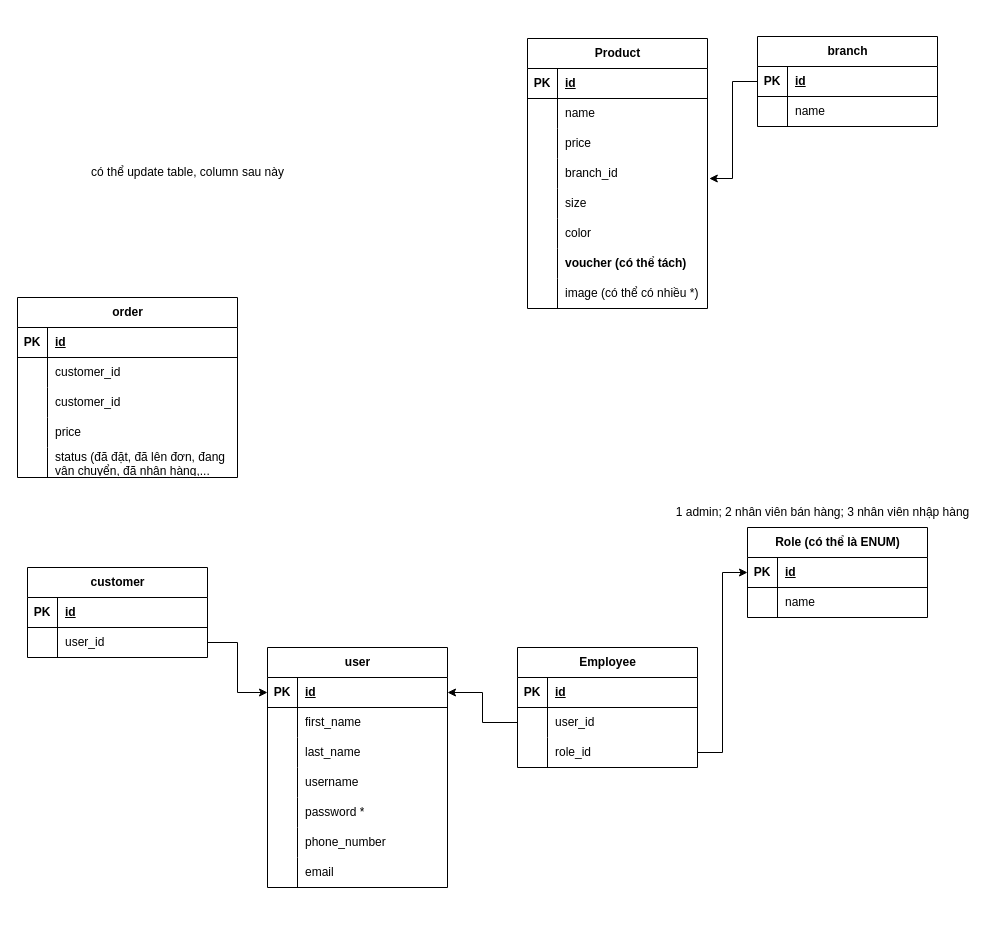
Before: database.drawio in MingChenCodeLab/diagram, a draw.io diagram. Source tidied: cells renumbered, new cells numbered last; positions are measured from the earlier drawing's top-left corner, leaving out a move shared by most shapes. Both pictures are drawn from the tidied source at 100%, with x=0, y=0 at pixel (17, 36).
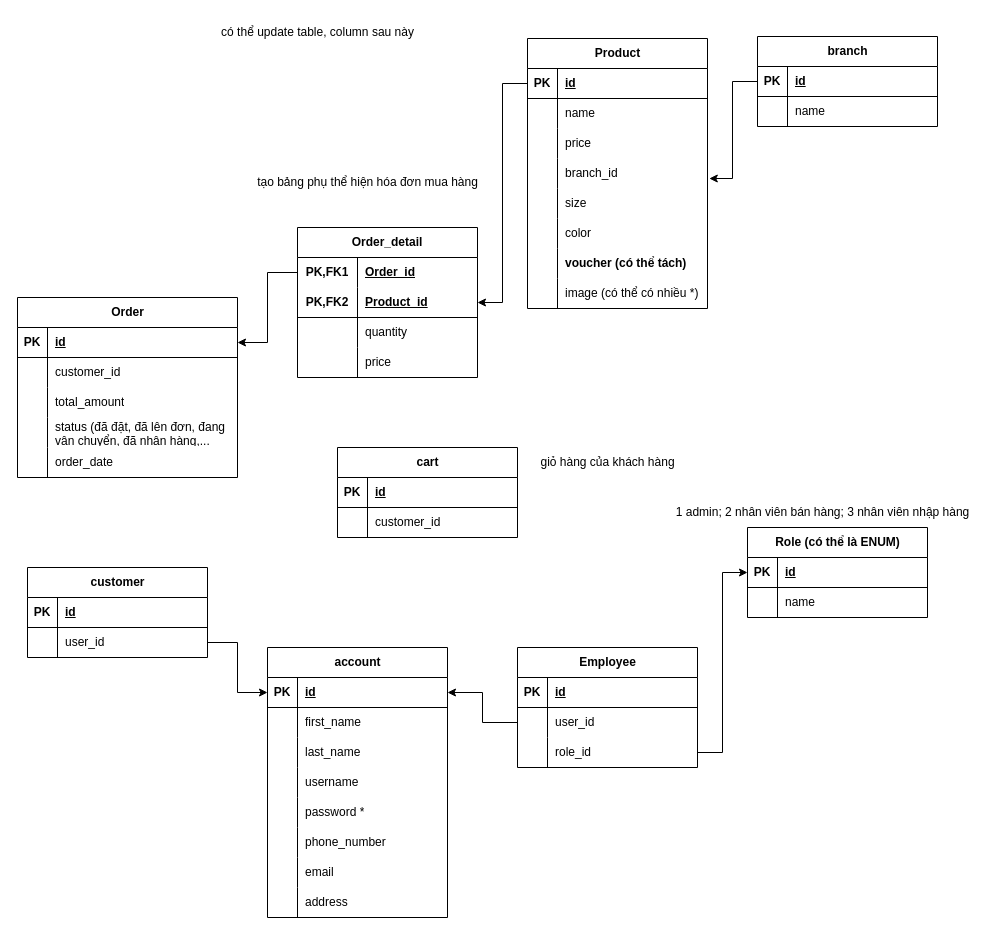
Above is the later version.

The change refers to these unchanged cells:
```xml
<mxCell id="3" style="shape=tableRow;horizontal=0;startSize=0;swimlaneHead=0;swimlaneBody=0;fillColor=none;points=[[0,0.5],[1,0.5]];portConstraint=eastwest;top=0;left=0;right=0;bottom=1;" parent="2" vertex="1">
  <mxGeometry y="30" width="180" height="30" as="geometry" />
</mxCell>
<mxCell id="87" style="shape=tableRow;horizontal=0;startSize=0;swimlaneHead=0;swimlaneBody=0;fillColor=none;points=[[0,0.5],[1,0.5]];portConstraint=eastwest;top=0;left=0;right=0;bottom=1;" parent="86" vertex="1">
  <mxGeometry y="30" width="220" height="30" as="geometry" />
</mxCell>
```

The edit, as a diff of the source:
```diff
@@
     <mxCell id="42" value="có thể update table, column sau này" style="text;html=1;align=center;verticalAlign=middle;strokeColor=none;fillColor=none;" parent="1" vertex="1">
-      <mxGeometry x="60" y="121" width="220" height="30" as="geometry" />
+      <mxGeometry x="190" y="-19" width="220" height="30" as="geometry" />
     </mxCell>
@@
-    <mxCell id="61" value="user" style="shape=table;startSize=30;childLayout=tableLayout;rowLines=0;fontStyle=1;align=center;html=1;" parent="1" vertex="1">
-      <mxGeometry x="250" y="611" width="180" height="240" as="geometry" />
+    <mxCell id="61" value="account" style="shape=table;startSize=30;childLayout=tableLayout;rowLines=0;fontStyle=1;align=center;html=1;" parent="1" vertex="1">
+      <mxGeometry x="250" y="611" width="180" height="270" as="geometry" />
     </mxCell>
@@
+    <mxCell id="102" style="shape=tableRow;horizontal=0;startSize=0;swimlaneHead=0;swimlaneBody=0;fillColor=none;top=0;left=0;right=0;bottom=0;" parent="61" vertex="1">
+      <mxGeometry y="240" width="180" height="30" as="geometry" />
+    </mxCell>
+    <mxCell id="103" style="shape=partialRectangle;fillColor=none;top=0;left=0;bottom=0;right=0;overflow=hidden;whiteSpace=wrap;html=1;" parent="102" vertex="1">
+      <mxGeometry width="30" height="30" as="geometry" />
+    </mxCell>
+    <mxCell id="104" value="address" style="shape=partialRectangle;fillColor=none;top=0;left=0;bottom=0;right=0;align=left;spacingLeft=6;overflow=hidden;whiteSpace=wrap;html=1;" parent="102" vertex="1">
+      <mxGeometry x="30" width="150" height="30" as="geometry" />
+    </mxCell>
@@
-    <mxCell id="86" value="order" style="shape=table;startSize=30;childLayout=tableLayout;rowLines=0;fontStyle=1;align=center;html=1;" parent="1" vertex="1">
+    <mxCell id="86" value="Order" style="shape=table;startSize=30;childLayout=tableLayout;rowLines=0;fontStyle=1;align=center;html=1;" parent="1" vertex="1">
       <mxGeometry y="261" width="220" height="180" as="geometry" />
     </mxCell>
@@
-    <mxCell id="93" style="shape=tableRow;horizontal=0;startSize=0;swimlaneHead=0;swimlaneBody=0;fillColor=none;top=0;left=0;right=0;bottom=0;" parent="86" vertex="1">
-      <mxGeometry y="90" width="220" height="30" as="geometry" />
-    </mxCell>
-    <mxCell id="94" style="shape=partialRectangle;fillColor=none;top=0;left=0;bottom=0;right=0;overflow=hidden;whiteSpace=wrap;html=1;" parent="93" vertex="1">
-      <mxGeometry width="30" height="30" as="geometry" />
-    </mxCell>
-    <mxCell id="95" value="customer_id" style="shape=partialRectangle;fillColor=none;top=0;left=0;bottom=0;right=0;align=left;spacingLeft=6;overflow=hidden;whiteSpace=wrap;html=1;" parent="93" vertex="1">
-      <mxGeometry x="30" width="190" height="30" as="geometry" />
-    </mxCell>
     <mxCell id="96" style="shape=tableRow;horizontal=0;startSize=0;swimlaneHead=0;swimlaneBody=0;fillColor=none;top=0;left=0;right=0;bottom=0;" parent="86" vertex="1">
-      <mxGeometry y="120" width="220" height="30" as="geometry" />
+      <mxGeometry y="90" width="220" height="30" as="geometry" />
     </mxCell>
@@
-    <mxCell id="98" value="price" style="shape=partialRectangle;fillColor=none;top=0;left=0;bottom=0;right=0;align=left;spacingLeft=6;overflow=hidden;whiteSpace=wrap;html=1;" parent="96" vertex="1">
+    <mxCell id="98" value="total_amount" style="shape=partialRectangle;fillColor=none;top=0;left=0;bottom=0;right=0;align=left;spacingLeft=6;overflow=hidden;whiteSpace=wrap;html=1;" parent="96" vertex="1">
       <mxGeometry x="30" width="190" height="30" as="geometry" />
     </mxCell>
     <mxCell id="99" style="shape=tableRow;horizontal=0;startSize=0;swimlaneHead=0;swimlaneBody=0;fillColor=none;top=0;left=0;right=0;bottom=0;" parent="86" vertex="1">
-      <mxGeometry y="150" width="220" height="30" as="geometry" />
+      <mxGeometry y="120" width="220" height="30" as="geometry" />
     </mxCell>
@@
+    <mxCell id="105" style="shape=tableRow;horizontal=0;startSize=0;swimlaneHead=0;swimlaneBody=0;fillColor=none;top=0;left=0;right=0;bottom=0;" parent="86" vertex="1">
+      <mxGeometry y="150" width="220" height="30" as="geometry" />
+    </mxCell>
+    <mxCell id="106" style="shape=partialRectangle;fillColor=none;top=0;left=0;bottom=0;right=0;overflow=hidden;whiteSpace=wrap;html=1;" parent="105" vertex="1">
+      <mxGeometry width="30" height="30" as="geometry" />
+    </mxCell>
+    <mxCell id="107" value="order_date" style="shape=partialRectangle;fillColor=none;top=0;left=0;bottom=0;right=0;align=left;spacingLeft=6;overflow=hidden;whiteSpace=wrap;html=1;" parent="105" vertex="1">
+      <mxGeometry x="30" width="190" height="30" as="geometry" />
+    </mxCell>
+    <mxCell id="108" value="tạo bảng phụ thể hiện hóa đơn mua hàng" style="text;html=1;align=center;verticalAlign=middle;strokeColor=none;fillColor=none;" parent="1" vertex="1">
+      <mxGeometry x="230" y="131" width="240" height="30" as="geometry" />
+    </mxCell>
+    <mxCell id="109" style="edgeStyle=orthogonalEdgeStyle;rounded=0;jettySize=auto;html=1;entryX=1;entryY=0.5;entryDx=0;entryDy=0;" parent="1" edge="1" source="3" target="115">
+      <mxGeometry relative="1" as="geometry" />
+    </mxCell>
+    <mxCell id="110" style="edgeStyle=orthogonalEdgeStyle;rounded=0;jettySize=auto;html=1;entryX=1;entryY=0.5;entryDx=0;entryDy=0;exitX=0;exitY=0.5;exitDx=0;exitDy=0;" parent="1" edge="1" source="112" target="87">
+      <mxGeometry relative="1" as="geometry" />
+    </mxCell>
+    <mxCell id="111" value="Order_detail" style="shape=table;startSize=30;childLayout=tableLayout;rowLines=0;fontStyle=1;align=center;html=1;whiteSpace=wrap;" parent="1" vertex="1">
+      <mxGeometry x="280" y="191" width="180" height="150" as="geometry" />
+    </mxCell>
+    <mxCell id="112" style="shape=tableRow;horizontal=0;startSize=0;swimlaneHead=0;swimlaneBody=0;fillColor=none;points=[[0,0.5],[1,0.5]];portConstraint=eastwest;top=0;left=0;right=0;bottom=0;html=1;" parent="111" vertex="1">
+      <mxGeometry y="30" width="180" height="30" as="geometry" />
+    </mxCell>
+    <mxCell id="113" value="PK,FK1" style="shape=partialRectangle;fillColor=none;top=0;left=0;bottom=0;right=0;fontStyle=1;overflow=hidden;html=1;whiteSpace=wrap;" parent="112" vertex="1">
+      <mxGeometry width="60" height="30" as="geometry" />
+    </mxCell>
+    <mxCell id="114" value="Order_id" style="shape=partialRectangle;fillColor=none;top=0;left=0;bottom=0;right=0;align=left;spacingLeft=6;fontStyle=5;overflow=hidden;html=1;whiteSpace=wrap;" parent="112" vertex="1">
+      <mxGeometry x="60" width="120" height="30" as="geometry" />
+    </mxCell>
+    <mxCell id="115" style="shape=tableRow;horizontal=0;startSize=0;swimlaneHead=0;swimlaneBody=0;fillColor=none;points=[[0,0.5],[1,0.5]];portConstraint=eastwest;top=0;left=0;right=0;bottom=1;html=1;" parent="111" vertex="1">
+      <mxGeometry y="60" width="180" height="30" as="geometry" />
+    </mxCell>
+    <mxCell id="116" value="PK,FK2" style="shape=partialRectangle;fillColor=none;top=0;left=0;bottom=0;right=0;fontStyle=1;overflow=hidden;html=1;whiteSpace=wrap;" parent="115" vertex="1">
+      <mxGeometry width="60" height="30" as="geometry" />
+    </mxCell>
+    <mxCell id="117" value="Product_id" style="shape=partialRectangle;fillColor=none;top=0;left=0;bottom=0;right=0;align=left;spacingLeft=6;fontStyle=5;overflow=hidden;html=1;whiteSpace=wrap;" parent="115" vertex="1">
+      <mxGeometry x="60" width="120" height="30" as="geometry" />
+    </mxCell>
+    <mxCell id="118" style="shape=tableRow;horizontal=0;startSize=0;swimlaneHead=0;swimlaneBody=0;fillColor=none;top=0;left=0;right=0;bottom=0;html=1;" parent="111" vertex="1">
+      <mxGeometry y="90" width="180" height="30" as="geometry" />
+    </mxCell>
+    <mxCell id="119" style="shape=partialRectangle;fillColor=none;top=0;left=0;bottom=0;right=0;overflow=hidden;html=1;whiteSpace=wrap;" parent="118" vertex="1">
+      <mxGeometry width="60" height="30" as="geometry" />
+    </mxCell>
+    <mxCell id="120" value="quantity" style="shape=partialRectangle;fillColor=none;top=0;left=0;bottom=0;right=0;align=left;spacingLeft=6;overflow=hidden;html=1;whiteSpace=wrap;" parent="118" vertex="1">
+      <mxGeometry x="60" width="120" height="30" as="geometry" />
+    </mxCell>
+    <mxCell id="121" style="shape=tableRow;horizontal=0;startSize=0;swimlaneHead=0;swimlaneBody=0;fillColor=none;top=0;left=0;right=0;bottom=0;html=1;" parent="111" vertex="1">
+      <mxGeometry y="120" width="180" height="30" as="geometry" />
+    </mxCell>
+    <mxCell id="122" style="shape=partialRectangle;fillColor=none;top=0;left=0;bottom=0;right=0;overflow=hidden;html=1;whiteSpace=wrap;" parent="121" vertex="1">
+      <mxGeometry width="60" height="30" as="geometry" />
+    </mxCell>
+    <mxCell id="123" value="price" style="shape=partialRectangle;fillColor=none;top=0;left=0;bottom=0;right=0;align=left;spacingLeft=6;overflow=hidden;html=1;whiteSpace=wrap;" parent="121" vertex="1">
+      <mxGeometry x="60" width="120" height="30" as="geometry" />
+    </mxCell>
+    <mxCell id="124" value="cart" style="shape=table;startSize=30;childLayout=tableLayout;rowLines=0;fontStyle=1;align=center;html=1;" parent="1" vertex="1">
+      <mxGeometry x="320" y="411" width="180" height="90" as="geometry" />
+    </mxCell>
+    <mxCell id="125" style="shape=tableRow;horizontal=0;startSize=0;swimlaneHead=0;swimlaneBody=0;fillColor=none;top=0;left=0;right=0;bottom=1;" parent="124" vertex="1">
+      <mxGeometry y="30" width="180" height="30" as="geometry" />
+    </mxCell>
+    <mxCell id="126" value="PK" style="shape=partialRectangle;fillColor=none;top=0;left=0;bottom=0;right=0;fontStyle=1;overflow=hidden;whiteSpace=wrap;html=1;" parent="125" vertex="1">
+      <mxGeometry width="30" height="30" as="geometry" />
+    </mxCell>
+    <mxCell id="127" value="id" style="shape=partialRectangle;fillColor=none;top=0;left=0;bottom=0;right=0;align=left;spacingLeft=6;fontStyle=5;overflow=hidden;whiteSpace=wrap;html=1;" parent="125" vertex="1">
+      <mxGeometry x="30" width="150" height="30" as="geometry" />
+    </mxCell>
+    <mxCell id="128" style="shape=tableRow;horizontal=0;startSize=0;swimlaneHead=0;swimlaneBody=0;fillColor=none;top=0;left=0;right=0;bottom=0;" parent="124" vertex="1">
+      <mxGeometry y="60" width="180" height="30" as="geometry" />
+    </mxCell>
+    <mxCell id="129" style="shape=partialRectangle;fillColor=none;top=0;left=0;bottom=0;right=0;overflow=hidden;whiteSpace=wrap;html=1;" parent="128" vertex="1">
+      <mxGeometry width="30" height="30" as="geometry" />
+    </mxCell>
+    <mxCell id="95" value="customer_id" style="shape=partialRectangle;fillColor=none;top=0;left=0;bottom=0;right=0;align=left;spacingLeft=6;overflow=hidden;whiteSpace=wrap;html=1;" parent="128" vertex="1">
+      <mxGeometry x="30" width="150" height="30" as="geometry" />
+    </mxCell>
+    <mxCell id="130" value="giỏ hàng của khách hàng" style="text;html=1;align=center;verticalAlign=middle;strokeColor=none;fillColor=none;" parent="1" vertex="1">
+      <mxGeometry x="510" y="411" width="160" height="30" as="geometry" />
+    </mxCell>
```
